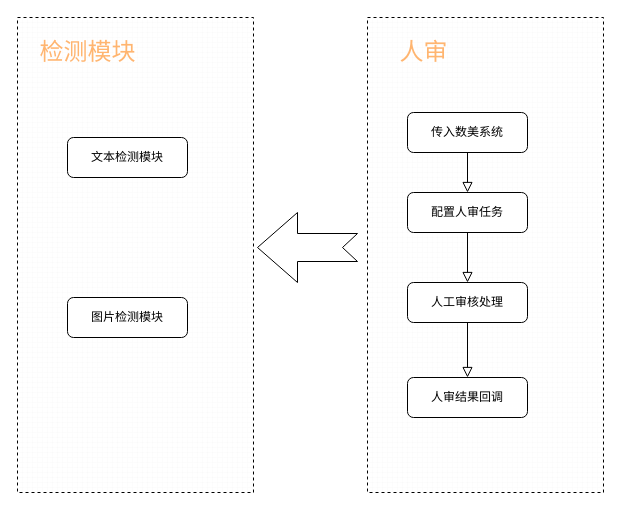
The draw.io diagram app.diagrams.net/Untitled Diagram.drawio in startarhwa/hello-world, before the edit. Source tidied: cells renumbered, new cells numbered last; positions are measured from the earlier drawing's top-left corner, leaving out a move shared by most shapes. Both pictures are drawn from the tidied source at 100%, with x=0, y=0 at pixel (17, 17).
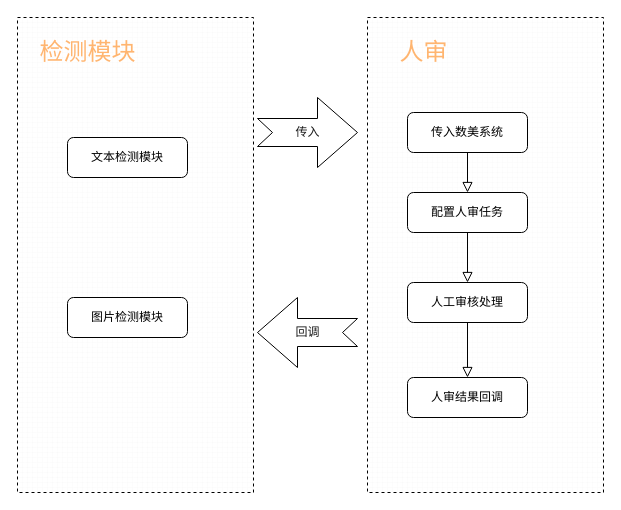
The same diagram, later.

Diff of the diagram source:
```diff
@@
 <mxGraphModel>
   <root>
     <mxCell id="0" />
     <mxCell id="1" parent="0" />
     <mxCell id="2" style="verticalLabelPosition=bottom;verticalAlign=top;html=1;shape=mxgraph.basic.patternFillRect;fillStyle=grid;step=5;fillStrokeWidth=0.2;fillStrokeColor=#dddddd;dashed=1;fontColor=#FFB570;fillColor=none;" parent="1" vertex="1">
       <mxGeometry x="350" width="236" height="475" as="geometry" />
     </mxCell>
     <mxCell id="3" style="rounded=0;html=1;jettySize=auto;fontSize=11;endArrow=block;endFill=0;endSize=8;strokeWidth=1;shadow=0;labelBackgroundColor=none;edgeStyle=orthogonalEdgeStyle;entryX=0.5;entryY=0;entryDx=0;entryDy=0;" parent="1" edge="1" source="4" target="7">
       <mxGeometry relative="1" as="geometry" />
     </mxCell>
     <mxCell id="4" value="传入数美系统" style="rounded=1;whiteSpace=wrap;html=1;fontSize=12;glass=0;strokeWidth=1;shadow=0;" parent="1" vertex="1">
       <mxGeometry x="390" y="95" width="120" height="40" as="geometry" />
     </mxCell>
     <mxCell id="5" value="&lt;div&gt;人工审核处理&lt;/div&gt;" style="rounded=1;whiteSpace=wrap;html=1;fontSize=12;glass=0;strokeWidth=1;shadow=0;" parent="1" vertex="1">
       <mxGeometry x="390" y="265" width="120" height="40" as="geometry" />
     </mxCell>
     <mxCell id="6" value="&lt;span style=&quot;font-weight: normal;&quot;&gt;&lt;font color=&quot;#FFB570&quot;&gt;人审&lt;/font&gt;&lt;/span&gt;" style="text;strokeColor=none;fillColor=none;html=1;fontSize=24;fontStyle=1;verticalAlign=middle;align=center;" parent="1" vertex="1">
       <mxGeometry x="356" y="15" width="100" height="40" as="geometry" />
     </mxCell>
     <mxCell id="7" value="&lt;div&gt;配置人审任务&lt;/div&gt;" style="rounded=1;whiteSpace=wrap;html=1;fontSize=12;glass=0;strokeWidth=1;shadow=0;" parent="1" vertex="1">
       <mxGeometry x="390" y="175" width="120" height="40" as="geometry" />
     </mxCell>
     <mxCell id="8" style="rounded=0;html=1;jettySize=auto;fontSize=11;endArrow=block;endFill=0;endSize=8;strokeWidth=1;shadow=0;labelBackgroundColor=none;edgeStyle=orthogonalEdgeStyle;entryX=0.5;entryY=0;entryDx=0;entryDy=0;exitX=0.5;exitY=1;exitDx=0;exitDy=0;" parent="1" edge="1" source="7" target="5">
       <mxGeometry relative="1" as="geometry" />
     </mxCell>
     <mxCell id="9" style="rounded=0;html=1;jettySize=auto;fontSize=11;endArrow=block;endFill=0;endSize=8;strokeWidth=1;shadow=0;labelBackgroundColor=none;edgeStyle=orthogonalEdgeStyle;exitX=0.5;exitY=1;exitDx=0;exitDy=0;entryX=0.5;entryY=0;entryDx=0;entryDy=0;" parent="1" edge="1" source="5" target="10">
       <mxGeometry relative="1" as="geometry" />
     </mxCell>
     <mxCell id="10" value="&lt;div&gt;人审结果回调&lt;/div&gt;" style="rounded=1;whiteSpace=wrap;html=1;fontSize=12;glass=0;strokeWidth=1;shadow=0;" parent="1" vertex="1">
       <mxGeometry x="390" y="360" width="120" height="40" as="geometry" />
     </mxCell>
     <mxCell id="11" style="verticalLabelPosition=bottom;verticalAlign=top;html=1;shape=mxgraph.basic.patternFillRect;fillStyle=grid;step=5;fillStrokeWidth=0.2;fillStrokeColor=#dddddd;dashed=1;fontColor=#FFB570;fillColor=none;" parent="1" vertex="1">
       <mxGeometry width="236" height="475" as="geometry" />
     </mxCell>
     <mxCell id="12" value="&lt;div&gt;&lt;font color=&quot;#FFB570&quot;&gt;检测模块&lt;br&gt;&lt;/font&gt;&lt;/div&gt;" style="text;strokeColor=none;fillColor=none;html=1;fontSize=24;fontStyle=0;verticalAlign=middle;align=center;" parent="1" vertex="1">
       <mxGeometry x="20" y="15" width="100" height="40" as="geometry" />
     </mxCell>
     <mxCell id="13" value="文本检测模块" style="rounded=1;whiteSpace=wrap;html=1;fontSize=12;glass=0;strokeWidth=1;shadow=0;" parent="1" vertex="1">
       <mxGeometry x="50" y="120" width="120" height="40" as="geometry" />
     </mxCell>
     <mxCell id="14" value="图片检测模块" style="rounded=1;whiteSpace=wrap;html=1;fontSize=12;glass=0;strokeWidth=1;shadow=0;" parent="1" vertex="1">
       <mxGeometry x="50" y="280" width="120" height="40" as="geometry" />
     </mxCell>
-    <mxCell id="15" style="html=1;shadow=0;dashed=0;align=center;verticalAlign=middle;shape=mxgraph.arrows2.arrow;dy=0.6;dx=40;notch=15;fontColor=#FFB570;fillColor=none;direction=west;" parent="1" vertex="1">
-      <mxGeometry x="240" y="195" width="100" height="70" as="geometry" />
+    <mxCell id="15" value="传入" style="html=1;shadow=0;dashed=0;align=center;verticalAlign=middle;shape=mxgraph.arrows2.arrow;dy=0.6;dx=40;notch=15;fontColor=#1A1A1A;fillColor=none;direction=east;" parent="1" vertex="1">
+      <mxGeometry x="240" y="80" width="100" height="70" as="geometry" />
     </mxCell>
+    <mxCell id="16" value="回调" style="html=1;shadow=0;dashed=0;align=center;verticalAlign=middle;shape=mxgraph.arrows2.arrow;dy=0.6;dx=40;notch=15;fontColor=#1A1A1A;fillColor=none;direction=west;" parent="1" vertex="1">
+      <mxGeometry x="240" y="280" width="100" height="70" as="geometry" />
+    </mxCell>
   </root>
 </mxGraphModel>
```
